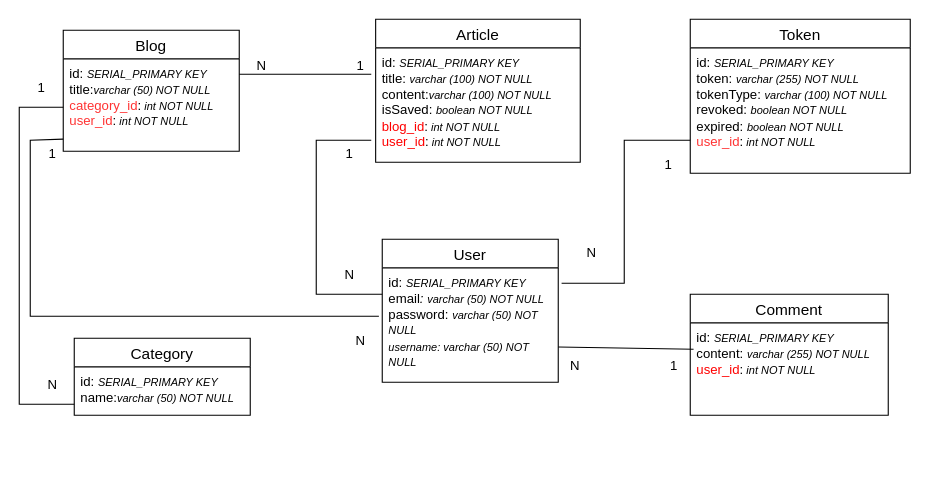
The draw.io diagram page "MPD" (2 of 9) of Diagramme sans nom.drawio in Ali0908/BDD_UML, before the edit. Source tidied: cells renumbered, new cells numbered last; positions are measured from the earlier drawing's top-left corner, leaving out a move shared by most shapes. Both pictures are drawn from the tidied source at 110%, with x=0, y=0 at pixel (19, 19).
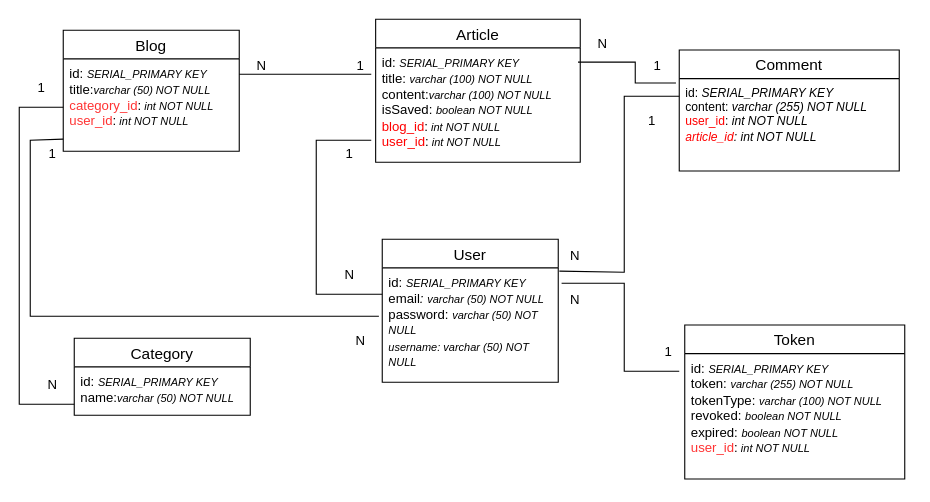
Above is the later version.

Unchanged cells that the change refers to:
```xml
<mxCell id="3" value="&lt;div&gt;id: &lt;font style=&quot;font-size: 10px;&quot;&gt;&lt;i&gt;SERIAL_PRIMARY KEY&lt;/i&gt;&lt;/font&gt;&lt;/div&gt;email&lt;i&gt;: &lt;/i&gt;&lt;font style=&quot;font-size: 10px;&quot;&gt;&lt;i&gt;varchar (50) NOT NULL&lt;/i&gt;&lt;/font&gt;&lt;div&gt;password:  &lt;font style=&quot;font-size: 10px;&quot;&gt;&lt;i&gt;varchar (50) NOT NULL&lt;/i&gt;&lt;/font&gt;&lt;/div&gt;&lt;div&gt;&lt;font style=&quot;font-size: 10px;&quot;&gt;&lt;i&gt;username: &lt;/i&gt;&lt;/font&gt;&lt;i&gt;&lt;/i&gt;&lt;font style=&quot;font-size: 10px;&quot;&gt;&lt;i&gt;varchar (50) NOT NULL&lt;/i&gt;&lt;/font&gt;&lt;/div&gt;" style="text;strokeColor=none;fillColor=none;spacingLeft=4;spacingRight=4;overflow=hidden;points=[[0,0.5],[1,0.5]];portConstraint=eastwest;fontSize=12;whiteSpace=wrap;html=1;" parent="2" vertex="1">
  <mxGeometry y="26" width="160" height="104" as="geometry" />
</mxCell>
<mxCell id="11" value="&lt;div&gt;id: &lt;font style=&quot;font-size: 10px;&quot;&gt;&lt;i&gt;SERIAL_PRIMARY KEY&lt;/i&gt;&lt;/font&gt;&lt;/div&gt;&lt;div&gt;title: &lt;font style=&quot;font-size: 10px;&quot;&gt;&lt;i&gt;varchar (100) NOT NULL&lt;/i&gt;&lt;/font&gt;&lt;br&gt;&lt;/div&gt;&lt;div&gt;content:&lt;font style=&quot;font-size: 10px;&quot;&gt;&lt;i&gt;varchar (100) NOT NULL&lt;/i&gt;&lt;/font&gt;&lt;/div&gt;&lt;div&gt;isSaved: &lt;i&gt;&lt;font style=&quot;font-size: 10px;&quot;&gt;boolean NOT NULL&lt;/font&gt;&lt;/i&gt;&lt;/div&gt;&lt;div&gt;&lt;font color=&quot;#ff0000&quot;&gt;blog_id&lt;/font&gt;:&lt;font style=&quot;font-size: 10px;&quot;&gt;&lt;i&gt; int NOT NULL&lt;/i&gt;&lt;/font&gt;&lt;br&gt;&lt;font color=&quot;#ff0000&quot;&gt;user_id&lt;/font&gt;:&lt;font style=&quot;font-size: 10px;&quot;&gt;&lt;i&gt; int NOT NULL&lt;/i&gt;&lt;/font&gt;&lt;/div&gt;" style="text;strokeColor=none;fillColor=none;spacingLeft=4;spacingRight=4;overflow=hidden;points=[[0,0.5],[1,0.5]];portConstraint=eastwest;fontSize=12;whiteSpace=wrap;html=1;" parent="10" vertex="1">
  <mxGeometry y="26" width="186" height="104" as="geometry" />
</mxCell>
<mxCell id="13" value="&lt;div&gt;id: &lt;font style=&quot;font-size: 10px;&quot;&gt;&lt;i&gt;SERIAL_PRIMARY KEY&lt;/i&gt;&lt;/font&gt;&lt;/div&gt;&lt;div&gt;token: &lt;font style=&quot;font-size: 10px;&quot;&gt;&lt;i&gt;varchar (255) NOT NULL&lt;/i&gt;&lt;/font&gt;&lt;/div&gt;tokenType: &lt;font style=&quot;font-size: 10px;&quot;&gt;&lt;i&gt;varchar (100) NOT NULL&lt;/i&gt;&lt;/font&gt;&lt;div&gt;revoked: &lt;i&gt;&lt;font style=&quot;font-size: 10px;&quot;&gt;boolean NOT NULL&lt;/font&gt;&lt;/i&gt;&lt;br&gt;expired: &lt;i&gt;&lt;font style=&quot;font-size: 10px;&quot;&gt;boolean NOT NULL&lt;/font&gt;&lt;/i&gt;&lt;/div&gt;&lt;div&gt;&lt;font color=&quot;#ff3333&quot;&gt;user_id&lt;/font&gt;:&lt;font style=&quot;font-size: 10px;&quot;&gt;&lt;i&gt; int NOT NULL&lt;/i&gt;&lt;/font&gt;&lt;/div&gt;" style="text;strokeColor=none;fillColor=none;spacingLeft=4;spacingRight=4;overflow=hidden;points=[[0,0.5],[1,0.5]];portConstraint=eastwest;fontSize=12;whiteSpace=wrap;html=1;" parent="12" vertex="1">
  <mxGeometry y="26" width="200" height="114" as="geometry" />
</mxCell>
```

Diff of the diagram source:
```diff
@@
     <mxCell id="6" value="Comment" style="swimlane;fontStyle=0;horizontal=1;startSize=26;align=center;fontSize=14;" parent="1" vertex="1">
-      <mxGeometry x="610" y="250" width="180" height="110" as="geometry" />
+      <mxGeometry x="600" y="28" width="200" height="110" as="geometry" />
     </mxCell>
-    <mxCell id="7" value="&lt;div&gt;id: &lt;font style=&quot;font-size: 10px;&quot;&gt;&lt;i&gt;SERIAL_PRIMARY KEY&lt;/i&gt;&lt;/font&gt;&lt;/div&gt;&lt;div&gt;content: &lt;font style=&quot;font-size: 10px;&quot;&gt;&lt;i&gt;varchar (255) NOT NULL&lt;/i&gt;&lt;/font&gt;&lt;/div&gt;&lt;div&gt;&lt;font color=&quot;#ff0000&quot;&gt;user_id&lt;/font&gt;:&lt;font style=&quot;font-size: 10px;&quot;&gt;&lt;i&gt; int NOT NULL&lt;/i&gt;&lt;/font&gt;&lt;/div&gt;" style="text;strokeColor=none;fillColor=none;spacingLeft=4;spacingRight=4;overflow=hidden;fontSize=12;whiteSpace=wrap;html=1;" parent="6" vertex="1">
-      <mxGeometry y="26" width="180" height="84" as="geometry" />
+    <mxCell id="7" value="&lt;div style=&quot;font-size: 11px;&quot;&gt;&lt;font style=&quot;font-size: 11px;&quot;&gt;id: &lt;font style=&quot;font-size: 11px;&quot;&gt;&lt;i&gt;SERIAL_PRIMARY KEY&lt;/i&gt;&lt;/font&gt;&lt;/font&gt;&lt;/div&gt;&lt;div style=&quot;font-size: 11px;&quot;&gt;&lt;font style=&quot;font-size: 11px;&quot;&gt;content: &lt;font style=&quot;font-size: 11px;&quot;&gt;&lt;i&gt;varchar (255) NOT NULL&lt;/i&gt;&lt;/font&gt;&lt;/font&gt;&lt;/div&gt;&lt;div style=&quot;font-size: 11px;&quot;&gt;&lt;font style=&quot;font-size: 11px;&quot;&gt;&lt;font style=&quot;font-size: 11px;&quot; color=&quot;#ff0000&quot;&gt;user_id&lt;/font&gt;:&lt;font style=&quot;font-size: 11px;&quot;&gt;&lt;i&gt; int NOT NULL&lt;/i&gt;&lt;/font&gt;&lt;/font&gt;&lt;/div&gt;&lt;div style=&quot;font-size: 11px;&quot;&gt;&lt;i style=&quot;&quot;&gt;&lt;font style=&quot;font-size: 11px;&quot;&gt;&lt;font color=&quot;#ff0000&quot;&gt;article_id&lt;/font&gt;: int NOT NULL&lt;/font&gt;&lt;/i&gt;&lt;/div&gt;" style="text;strokeColor=none;fillColor=none;spacingLeft=4;spacingRight=4;overflow=hidden;fontSize=12;whiteSpace=wrap;html=1;" parent="6" vertex="1">
+      <mxGeometry y="26" width="200" height="84" as="geometry" />
     </mxCell>
@@
     <mxCell id="12" value="Token" style="swimlane;fontStyle=0;horizontal=1;startSize=26;align=center;fontSize=14;" parent="1" vertex="1">
-      <mxGeometry x="610" width="200" height="140" as="geometry" />
+      <mxGeometry x="605" y="278" width="200" height="140" as="geometry" />
     </mxCell>
@@
-    <mxCell id="17" style="endArrow=none;html=1;rounded=0;exitX=1.019;exitY=0.135;exitDx=0;exitDy=0;exitPerimeter=0;" parent="1" edge="1" source="3">
+    <mxCell id="17" style="endArrow=none;html=1;rounded=0;exitX=1.019;exitY=0.135;exitDx=0;exitDy=0;exitPerimeter=0;entryX=-0.025;entryY=0.14;entryDx=0;entryDy=0;entryPerimeter=0;" parent="1" edge="1" source="3" target="13">
       <mxGeometry relative="1" as="geometry">
-        <mxPoint x="610" y="110" as="targetPoint" />
         <Array as="points">
           <mxPoint x="550" y="240" />
-          <mxPoint x="550" y="110" />
+          <mxPoint x="550" y="320" />
         </Array>
       </mxGeometry>
     </mxCell>
-    <mxCell id="18" style="endArrow=none;html=1;rounded=0;exitX=1;exitY=0.692;exitDx=0;exitDy=0;exitPerimeter=0;" parent="1" edge="1" source="3">
+    <mxCell id="18" style="endArrow=none;html=1;rounded=0;exitX=0.033;exitY=0.967;exitDx=0;exitDy=0;exitPerimeter=0;" parent="1" edge="1" source="31">
       <mxGeometry relative="1" as="geometry">
-        <mxPoint x="613" y="300" as="targetPoint" />
+        <mxPoint x="600" y="70" as="targetPoint" />
+        <Array as="points">
+          <mxPoint x="550" y="230" />
+          <mxPoint x="550" y="150" />
+          <mxPoint x="550" y="70" />
+        </Array>
       </mxGeometry>
     </mxCell>
@@
     <mxCell id="28" value="1" style="text;html=1;align=center;verticalAlign=middle;strokeColor=none;fillColor=none;" parent="1" vertex="1">
-      <mxGeometry x="575" y="118" width="30" height="30" as="geometry" />
+      <mxGeometry x="575" y="288" width="30" height="30" as="geometry" />
     </mxCell>
     <mxCell id="29" value="N" style="text;html=1;align=center;verticalAlign=middle;strokeColor=none;fillColor=none;" parent="1" vertex="1">
-      <mxGeometry x="505" y="198" width="30" height="30" as="geometry" />
+      <mxGeometry x="490" y="240" width="30" height="30" as="geometry" />
     </mxCell>
     <mxCell id="30" value="1" style="text;html=1;align=center;verticalAlign=middle;strokeColor=none;fillColor=none;" parent="1" vertex="1">
-      <mxGeometry x="580" y="300" width="30" height="30" as="geometry" />
+      <mxGeometry x="560" y="78" width="30" height="30" as="geometry" />
     </mxCell>
     <mxCell id="31" value="N" style="text;html=1;align=center;verticalAlign=middle;points=[];strokeColor=none;fillColor=none;" parent="1" vertex="1">
-      <mxGeometry x="490" y="300" width="30" height="30" as="geometry" />
+      <mxGeometry x="490" y="200" width="30" height="30" as="geometry" />
     </mxCell>
+    <mxCell id="32" style="endArrow=none;html=1;rounded=0;exitX=0.989;exitY=0.125;exitDx=0;exitDy=0;exitPerimeter=0;" parent="1" edge="1" source="11">
+      <mxGeometry relative="1" as="geometry">
+        <mxPoint x="597" y="58" as="targetPoint" />
+        <Array as="points">
+          <mxPoint x="560" y="39" />
+          <mxPoint x="560" y="58" />
+        </Array>
+      </mxGeometry>
+    </mxCell>
+    <mxCell id="33" value="N" style="text;html=1;align=center;verticalAlign=middle;strokeColor=none;fillColor=none;" parent="1" vertex="1">
+      <mxGeometry x="515" y="8" width="30" height="30" as="geometry" />
+    </mxCell>
+    <mxCell id="34" value="1" style="text;html=1;align=center;verticalAlign=middle;strokeColor=none;fillColor=none;" parent="1" vertex="1">
+      <mxGeometry x="565" y="28" width="30" height="30" as="geometry" />
+    </mxCell>
```
